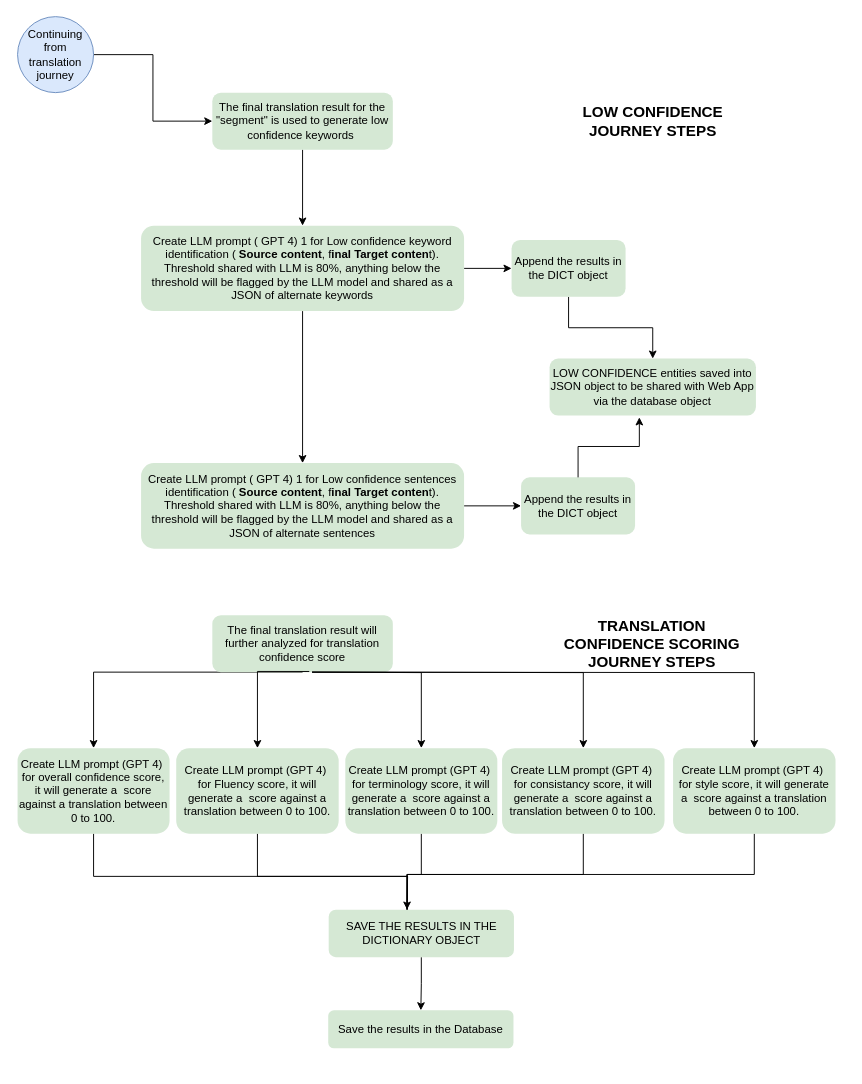
nsareen-oa/diagrams keeps this draw.io diagram as page "Post Translation" (3 of 3) of GenAI_WSF_Translation_Process_Flow.drawio. Above is the earlier version. Source tidied: cells renumbered, new cells numbered last; positions are measured from the earlier drawing's top-left corner, leaving out a move shared by most shapes. Both pictures are drawn from the tidied source at 95%, with x=0, y=0 at pixel (16, 16).
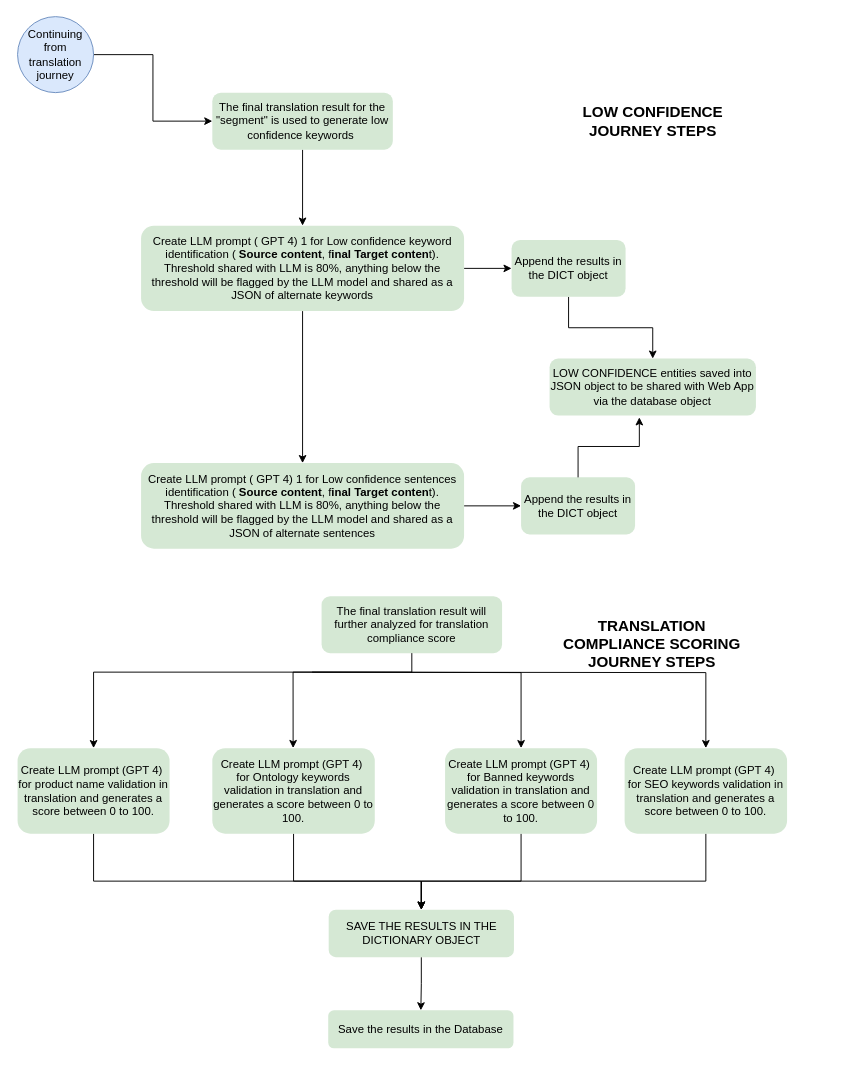
The same diagram, later.

Unchanged cells that the change refers to:
```xml
<mxCell id="41" value="SAVE THE RESULTS IN THE DICTIONARY OBJECT" style="whiteSpace=wrap;html=1;rounded=1;fillColor=#d5e8d4;strokeColor=none;" parent="1" vertex="1">
  <mxGeometry x="328.5" y="940" width="195" height="50" as="geometry" />
</mxCell>
```

Change to the diagram source:
```diff
@@
     <mxCell id="18" style="rounded=0;whiteSpace=wrap;html=1;strokeColor=none;" parent="1" vertex="1">
-      <mxGeometry y="616" width="871" height="490" as="geometry" />
+      <mxGeometry x="1" y="596" width="871" height="490" as="geometry" />
     </mxCell>
     <mxCell id="19" style="edgeStyle=orthogonalEdgeStyle;rounded=0;jettySize=auto;html=1;" parent="1" edge="1" target="22">
       <mxGeometry relative="1" as="geometry">
-        <mxPoint x="301" y="690" as="sourcePoint" />
+        <mxPoint x="311" y="690" as="sourcePoint" />
         <Array as="points">
           <mxPoint x="81" y="690" />
         </Array>
       </mxGeometry>
     </mxCell>
-    <mxCell id="20" value="The final translation result will further analyzed for translation confidence score" style="rounded=1;whiteSpace=wrap;html=1;fillColor=#d5e8d4;strokeColor=none;" parent="1" vertex="1">
-      <mxGeometry x="206" y="630" width="190" height="60" as="geometry" />
+    <mxCell id="20" value="The final translation result will further analyzed for translation compliance score" style="rounded=1;whiteSpace=wrap;html=1;fillColor=#d5e8d4;strokeColor=none;" parent="1" vertex="1">
+      <mxGeometry x="321" y="610" width="190" height="60" as="geometry" />
     </mxCell>
-    <mxCell id="21" style="edgeStyle=orthogonalEdgeStyle;rounded=0;jettySize=auto;html=1;exitX=0.5;exitY=1;exitDx=0;exitDy=0;" parent="1" edge="1" source="22">
-      <mxGeometry relative="1" as="geometry">
-        <mxPoint x="411" y="950" as="targetPoint" />
-      </mxGeometry>
-    </mxCell>
+    <mxCell id="42" style="edgeStyle=orthogonalEdgeStyle;rounded=0;jettySize=auto;html=1;entryX=0.5;entryY=0;entryDx=0;entryDy=0;" parent="1" edge="1" source="22" target="41">
+      <mxGeometry relative="1" as="geometry">
+        <Array as="points">
+          <mxPoint x="81" y="910" />
+          <mxPoint x="426" y="910" />
+        </Array>
+      </mxGeometry>
+    </mxCell>
-    <mxCell id="22" value="Create LLM prompt (GPT 4)&amp;nbsp;&lt;div&gt;for overall confidence score, it will generate a&amp;nbsp; score against a translation between 0 to 100.&lt;/div&gt;" style="whiteSpace=wrap;html=1;rounded=1;fillColor=#d5e8d4;strokeColor=none;" parent="1" vertex="1">
+    <mxCell id="22" value="Create LLM prompt (GPT 4)&amp;nbsp;&lt;div&gt;for product name validation in translation and generates a score between 0 to 100.&lt;/div&gt;" style="whiteSpace=wrap;html=1;rounded=1;fillColor=#d5e8d4;strokeColor=none;" parent="1" vertex="1">
       <mxGeometry x="1" y="770" width="160" height="90" as="geometry" />
     </mxCell>
@@
-    <mxCell id="26" value="TRANSLATION CONFIDENCE SCORING JOURNEY STEPS" style="text;html=1;align=center;verticalAlign=middle;whiteSpace=wrap;rounded=0;fontSize=16;fontStyle=1;" parent="1" vertex="1">
+    <mxCell id="26" value="TRANSLATION COMPLIANCE SCORING JOURNEY STEPS" style="text;html=1;align=center;verticalAlign=middle;whiteSpace=wrap;rounded=0;fontSize=16;fontStyle=1;" parent="1" vertex="1">
       <mxGeometry x="573.6" y="645" width="190" height="30" as="geometry" />
     </mxCell>
-    <mxCell id="27" style="edgeStyle=orthogonalEdgeStyle;rounded=0;jettySize=auto;html=1;exitX=0.5;exitY=1;exitDx=0;exitDy=0;" parent="1" edge="1" source="28">
-      <mxGeometry relative="1" as="geometry">
-        <mxPoint x="411" y="950" as="targetPoint" />
-      </mxGeometry>
-    </mxCell>
+    <mxCell id="43" style="edgeStyle=orthogonalEdgeStyle;rounded=0;jettySize=auto;html=1;entryX=0.5;entryY=0;entryDx=0;entryDy=0;" parent="1" edge="1" source="28" target="41">
+      <mxGeometry relative="1" as="geometry">
+        <Array as="points">
+          <mxPoint x="292" y="910" />
+          <mxPoint x="426" y="910" />
+        </Array>
+      </mxGeometry>
+    </mxCell>
-    <mxCell id="28" value="Create LLM prompt (GPT 4)&amp;nbsp;&lt;div&gt;for Fluency score, it will generate a&amp;nbsp; score against a translation between 0 to 100.&lt;/div&gt;" style="whiteSpace=wrap;html=1;rounded=1;fillColor=#d5e8d4;strokeColor=none;" parent="1" vertex="1">
-      <mxGeometry x="168" y="770" width="171" height="90" as="geometry" />
+    <mxCell id="28" value="Create LLM prompt (GPT 4)&amp;nbsp;&lt;div&gt;for Ontology keywords validation in translation and generates a score between 0 to 100.&lt;/div&gt;" style="whiteSpace=wrap;html=1;rounded=1;fillColor=#d5e8d4;strokeColor=none;" parent="1" vertex="1">
+      <mxGeometry x="206" y="770" width="171" height="90" as="geometry" />
     </mxCell>
-    <mxCell id="29" style="edgeStyle=orthogonalEdgeStyle;rounded=0;jettySize=auto;html=1;" parent="1" edge="1" source="30" target="41">
+    <mxCell id="29" style="edgeStyle=orthogonalEdgeStyle;rounded=0;jettySize=auto;html=1;entryX=0.5;entryY=0;entryDx=0;entryDy=0;" parent="1" edge="1" source="30" target="41">
       <mxGeometry relative="1" as="geometry">
         <Array as="points">
-          <mxPoint x="426" y="903" />
-          <mxPoint x="411" y="903" />
+          <mxPoint x="531" y="910" />
+          <mxPoint x="426" y="910" />
         </Array>
       </mxGeometry>
     </mxCell>
-    <mxCell id="30" value="Create LLM prompt (GPT 4)&amp;nbsp;&lt;div&gt;for terminology score, it will generate a&amp;nbsp; score against a translation between 0 to 100.&lt;/div&gt;" style="whiteSpace=wrap;html=1;rounded=1;fillColor=#d5e8d4;strokeColor=none;" parent="1" vertex="1">
-      <mxGeometry x="346" y="770" width="160" height="90" as="geometry" />
+    <mxCell id="30" value="Create LLM prompt (GPT 4)&amp;nbsp;&lt;div&gt;for Banned keywords validation in translation and generates a score between 0 to 100.&lt;/div&gt;" style="whiteSpace=wrap;html=1;rounded=1;fillColor=#d5e8d4;strokeColor=none;" parent="1" vertex="1">
+      <mxGeometry x="451" y="770" width="160" height="90" as="geometry" />
     </mxCell>
-    <mxCell id="31" style="edgeStyle=orthogonalEdgeStyle;rounded=0;jettySize=auto;html=1;exitX=0.5;exitY=1;exitDx=0;exitDy=0;entryX=0.5;entryY=0;entryDx=0;entryDy=0;" parent="1" edge="1" source="32" target="41">
+    <mxCell id="31" style="edgeStyle=orthogonalEdgeStyle;rounded=0;jettySize=auto;html=1;entryX=0.5;entryY=0;entryDx=0;entryDy=0;" parent="1" edge="1" source="32" target="41">
       <mxGeometry relative="1" as="geometry">
         <Array as="points">
-          <mxPoint x="597" y="903" />
-          <mxPoint x="411" y="903" />
-          <mxPoint x="411" y="946" />
+          <mxPoint x="726" y="910" />
+          <mxPoint x="426" y="910" />
         </Array>
       </mxGeometry>
     </mxCell>
-    <mxCell id="32" value="Create LLM prompt (GPT 4)&amp;nbsp;&lt;div&gt;for consistancy score, it will generate a&amp;nbsp; score against a translation between 0 to 100.&lt;/div&gt;" style="whiteSpace=wrap;html=1;rounded=1;fillColor=#d5e8d4;strokeColor=none;" parent="1" vertex="1">
-      <mxGeometry x="511" y="770" width="171" height="90" as="geometry" />
+    <mxCell id="32" value="Create LLM prompt (GPT 4)&amp;nbsp;&lt;div&gt;for SEO keywords validation in translation and generates a score between 0 to 100.&lt;/div&gt;" style="whiteSpace=wrap;html=1;rounded=1;fillColor=#d5e8d4;strokeColor=none;" parent="1" vertex="1">
+      <mxGeometry x="640" y="770" width="171" height="90" as="geometry" />
     </mxCell>
-    <mxCell id="33" style="edgeStyle=orthogonalEdgeStyle;rounded=0;jettySize=auto;html=1;exitX=0.5;exitY=1;exitDx=0;exitDy=0;entryX=0.5;entryY=0;entryDx=0;entryDy=0;" parent="1" edge="1" source="34" target="41">
-      <mxGeometry relative="1" as="geometry">
-        <Array as="points">
-          <mxPoint x="777" y="903" />
-          <mxPoint x="411" y="903" />
-          <mxPoint x="411" y="946" />
-        </Array>
-      </mxGeometry>
-    </mxCell>
-    <mxCell id="34" value="Create LLM prompt (GPT 4)&amp;nbsp;&lt;div&gt;for style score, it will generate a&amp;nbsp; score against a translation between 0 to 100.&lt;/div&gt;" style="whiteSpace=wrap;html=1;rounded=1;fillColor=#d5e8d4;strokeColor=none;" parent="1" vertex="1">
-      <mxGeometry x="691" y="770" width="171" height="90" as="geometry" />
-    </mxCell>
-    <mxCell id="35" style="edgeStyle=orthogonalEdgeStyle;rounded=0;jettySize=auto;html=1;exitX=0.537;exitY=0.989;exitDx=0;exitDy=0;exitPerimeter=0;entryX=0.5;entryY=0;entryDx=0;entryDy=0;" parent="1" edge="1" source="20" target="28">
-      <mxGeometry relative="1" as="geometry">
-        <Array as="points">
-          <mxPoint x="254" y="689" />
-        </Array>
-      </mxGeometry>
-    </mxCell>
@@
-    <mxCell id="38" style="edgeStyle=orthogonalEdgeStyle;rounded=0;jettySize=auto;html=1;" parent="1" edge="1" target="34">
-      <mxGeometry relative="1" as="geometry">
-        <mxPoint x="311" y="690" as="sourcePoint" />
-      </mxGeometry>
-    </mxCell>
@@
+    <mxCell id="44" style="edgeStyle=orthogonalEdgeStyle;rounded=0;jettySize=auto;html=1;entryX=0.333;entryY=0.355;entryDx=0;entryDy=0;entryPerimeter=0;" parent="1" edge="1" source="20" target="18">
+      <mxGeometry relative="1" as="geometry" />
+    </mxCell>
```
